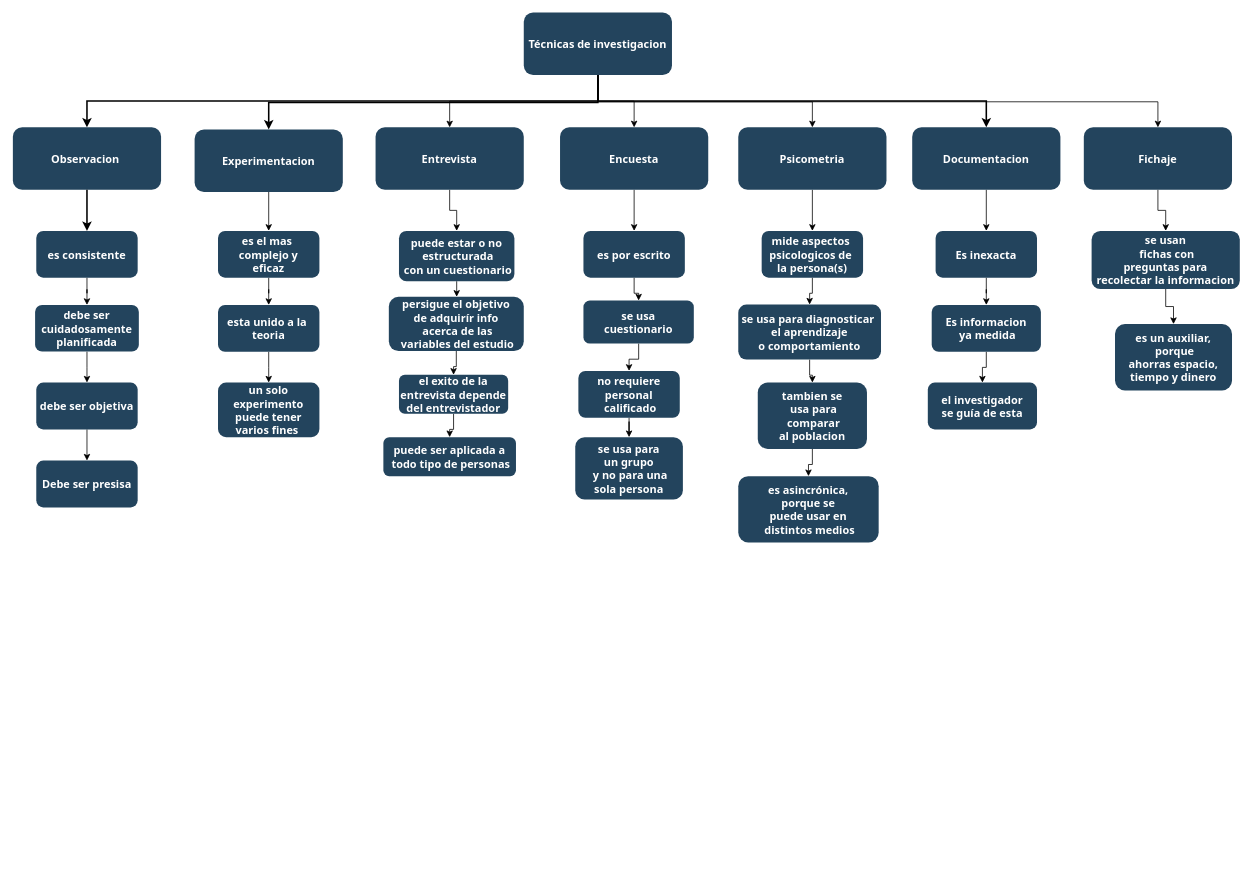
Above: mapa menta mvi.drawio in armando013005/diagrams (draw.io), before the change. Source tidied: cells renumbered, new cells numbered last; positions are measured from the earlier drawing's top-left corner, leaving out a move shared by most shapes. Both pictures are drawn from the tidied source at 78%, with x=0, y=0 at pixel (12, 12).
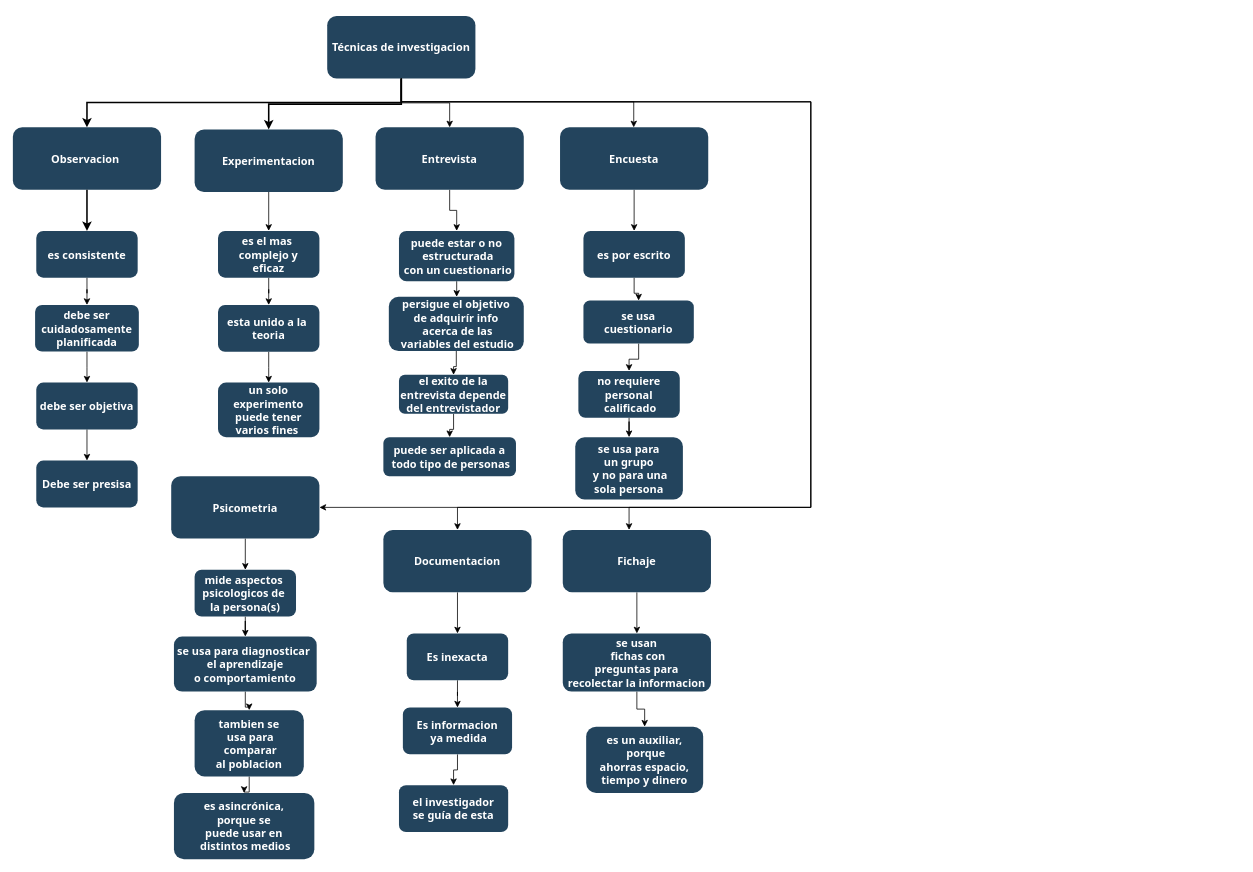
The same diagram, later.

Unchanged cells that the change refers to:
```xml
<mxCell id="21" value="Encuesta" style="rounded=1;fillColor=#23445D;gradientColor=none;strokeColor=none;fontColor=#FFFFFF;fontStyle=1;fontFamily=Tahoma;fontSize=14;" parent="1" vertex="1">
  <mxGeometry x="701.5" y="146.8" width="190" height="80" as="geometry" />
</mxCell>
```

Change to the diagram source:
```diff
@@
     <mxCell id="2" style="edgeStyle=orthogonalEdgeStyle;rounded=0;jettySize=auto;html=1;" parent="1" edge="1" source="6" target="21">
-      <mxGeometry relative="1" as="geometry" />
+      <mxGeometry relative="1" as="geometry">
+        <Array as="points">
+          <mxPoint x="498" y="114" />
+          <mxPoint x="796" y="114" />
+        </Array>
+      </mxGeometry>
     </mxCell>
-    <mxCell id="3" style="edgeStyle=orthogonalEdgeStyle;rounded=0;jettySize=auto;html=1;" parent="1" edge="1" source="6" target="23">
-      <mxGeometry relative="1" as="geometry">
-        <Array as="points">
-          <mxPoint x="750" y="114" />
-          <mxPoint x="1025" y="114" />
-        </Array>
-      </mxGeometry>
-    </mxCell>
@@
     <mxCell id="5" style="edgeStyle=orthogonalEdgeStyle;rounded=0;jettySize=auto;html=1;" parent="1" edge="1" source="6" target="25">
       <mxGeometry relative="1" as="geometry">
         <Array as="points">
-          <mxPoint x="750" y="114" />
-          <mxPoint x="1468" y="114" />
+          <mxPoint x="498" y="114" />
+          <mxPoint x="1023" y="114" />
+          <mxPoint x="1023" y="634" />
+          <mxPoint x="790" y="634" />
         </Array>
       </mxGeometry>
     </mxCell>
+    <mxCell id="9" style="edgeStyle=orthogonalEdgeStyle;rounded=0;jettySize=auto;html=1;entryX=0.5;entryY=0;entryDx=0;entryDy=0;" parent="1" edge="1" source="6" target="8">
+      <mxGeometry relative="1" as="geometry">
+        <Array as="points">
+          <mxPoint x="498" y="114" />
+          <mxPoint x="1023" y="114" />
+          <mxPoint x="1023" y="634" />
+          <mxPoint x="570" y="634" />
+        </Array>
+      </mxGeometry>
+    </mxCell>
+    <mxCell id="3" style="edgeStyle=orthogonalEdgeStyle;rounded=0;jettySize=auto;html=1;entryX=1;entryY=0.5;entryDx=0;entryDy=0;" parent="1" edge="1" source="6" target="23">
+      <mxGeometry relative="1" as="geometry">
+        <Array as="points">
+          <mxPoint x="498" y="114" />
+          <mxPoint x="1023" y="114" />
+          <mxPoint x="1023" y="634" />
+        </Array>
+      </mxGeometry>
+    </mxCell>
     <mxCell id="6" value="Técnicas de investigacion" style="rounded=1;fillColor=#23445D;gradientColor=none;strokeColor=none;fontColor=#FFFFFF;fontStyle=1;fontFamily=Tahoma;fontSize=14;" parent="1" vertex="1">
-      <mxGeometry x="655" y="-0.5" width="190" height="80" as="geometry" />
+      <mxGeometry x="403" y="4" width="190" height="80" as="geometry" />
     </mxCell>
@@
     <mxCell id="8" value="Documentacion" style="rounded=1;fillColor=#23445D;gradientColor=none;strokeColor=none;fontColor=#FFFFFF;fontStyle=1;fontFamily=Tahoma;fontSize=14;" parent="1" vertex="1">
-      <mxGeometry x="1153" y="146.8" width="190" height="80" as="geometry" />
+      <mxGeometry x="475" y="662.9" width="190" height="80" as="geometry" />
     </mxCell>
-    <mxCell id="9" style="edgeStyle=elbowEdgeStyle;elbow=vertical;strokeWidth=2;rounded=0;" parent="1" edge="1" source="6" target="8">
-      <mxGeometry x="337" y="215.5" as="geometry" />
-    </mxCell>
@@
     <mxCell id="23" value="Psicometria" style="rounded=1;fillColor=#23445D;gradientColor=none;strokeColor=none;fontColor=#FFFFFF;fontStyle=1;fontFamily=Tahoma;fontSize=14;" parent="1" vertex="1">
-      <mxGeometry x="930" y="146.8" width="190" height="80" as="geometry" />
+      <mxGeometry x="203" y="594" width="190" height="80" as="geometry" />
     </mxCell>
@@
     <mxCell id="25" value="Fichaje" style="rounded=1;fillColor=#23445D;gradientColor=none;strokeColor=none;fontColor=#FFFFFF;fontStyle=1;fontFamily=Tahoma;fontSize=14;" parent="1" vertex="1">
-      <mxGeometry x="1373" y="146.8" width="190" height="80" as="geometry" />
+      <mxGeometry x="705" y="662.9" width="190" height="80" as="geometry" />
     </mxCell>
@@
     <mxCell id="33" value="se usan&#10; fichas con &#10;preguntas para &#10;recolectar la informacion" style="rounded=1;fillColor=#23445D;gradientColor=none;strokeColor=none;fontColor=#FFFFFF;fontStyle=1;fontFamily=Tahoma;fontSize=14;" parent="1" vertex="1">
-      <mxGeometry x="1383" y="279.5" width="190" height="74.5" as="geometry" />
+      <mxGeometry x="705" y="795.6" width="190" height="74.5" as="geometry" />
     </mxCell>
@@
     <mxCell id="35" value="Es inexacta" style="rounded=1;fillColor=#23445D;gradientColor=none;strokeColor=none;fontColor=#FFFFFF;fontStyle=1;fontFamily=Tahoma;fontSize=14;" parent="1" vertex="1">
-      <mxGeometry x="1183" y="279.5" width="130" height="60" as="geometry" />
+      <mxGeometry x="505" y="795.6" width="130" height="60" as="geometry" />
     </mxCell>
@@
     <mxCell id="37" value="mide aspectos &#10;psicologicos de &#10;la persona(s)" style="rounded=1;fillColor=#23445D;gradientColor=none;strokeColor=none;fontColor=#FFFFFF;fontStyle=1;fontFamily=Tahoma;fontSize=14;" parent="1" vertex="1">
-      <mxGeometry x="960" y="279.5" width="130" height="60" as="geometry" />
+      <mxGeometry x="233" y="714" width="130" height="60" as="geometry" />
     </mxCell>
@@
     <mxCell id="39" value="Es informacion&#10; ya medida" style="rounded=1;fillColor=#23445D;gradientColor=none;strokeColor=none;fontColor=#FFFFFF;fontStyle=1;fontFamily=Tahoma;fontSize=14;" parent="1" vertex="1">
-      <mxGeometry x="1178" y="374.5" width="140" height="60" as="geometry" />
+      <mxGeometry x="500" y="890.6" width="140" height="60" as="geometry" />
     </mxCell>
@@
     <mxCell id="54" value="es un auxiliar,&#10; porque &#10;ahorras espacio, &#10;tiempo y dinero" style="rounded=1;fillColor=#23445D;gradientColor=none;strokeColor=none;fontColor=#FFFFFF;fontStyle=1;fontFamily=Tahoma;fontSize=14;" parent="1" vertex="1">
-      <mxGeometry x="1413" y="399" width="150" height="85" as="geometry" />
+      <mxGeometry x="735" y="915.1" width="150" height="85" as="geometry" />
     </mxCell>
@@
     <mxCell id="59" value="se usa para diagnosticar &#10;el aprendizaje&#10;o comportamiento" style="rounded=1;fillColor=#23445D;gradientColor=none;strokeColor=none;fontColor=#FFFFFF;fontStyle=1;fontFamily=Tahoma;fontSize=14;" parent="1" vertex="1">
-      <mxGeometry x="930" y="374" width="183" height="70.5" as="geometry" />
+      <mxGeometry x="206.5" y="799.6" width="183" height="70.5" as="geometry" />
     </mxCell>
@@
     <mxCell id="61" value="tambien se&#10; usa para&#10; comparar &#10;al poblacion" style="rounded=1;fillColor=#23445D;gradientColor=none;strokeColor=none;fontColor=#FFFFFF;fontStyle=1;fontFamily=Tahoma;fontSize=14;" parent="1" vertex="1">
-      <mxGeometry x="955" y="474" width="140" height="85" as="geometry" />
+      <mxGeometry x="233" y="894" width="140" height="85" as="geometry" />
     </mxCell>
     <mxCell id="62" value="el investigador &#10;se guía de esta" style="rounded=1;fillColor=#23445D;gradientColor=none;strokeColor=none;fontColor=#FFFFFF;fontStyle=1;fontFamily=Tahoma;fontSize=14;" parent="1" vertex="1">
-      <mxGeometry x="1173" y="474" width="140" height="60" as="geometry" />
+      <mxGeometry x="495" y="990.1" width="140" height="60" as="geometry" />
     </mxCell>
@@
     <mxCell id="64" value="es asincrónica, &#10;porque se &#10;puede usar en&#10; distintos medios" style="rounded=1;fillColor=#23445D;gradientColor=none;strokeColor=none;fontColor=#FFFFFF;fontStyle=1;fontFamily=Tahoma;fontSize=14;" parent="1" vertex="1">
-      <mxGeometry x="930" y="594" width="180" height="85" as="geometry" />
+      <mxGeometry x="206.5" y="1000.1" width="180" height="85" as="geometry" />
     </mxCell>
```
